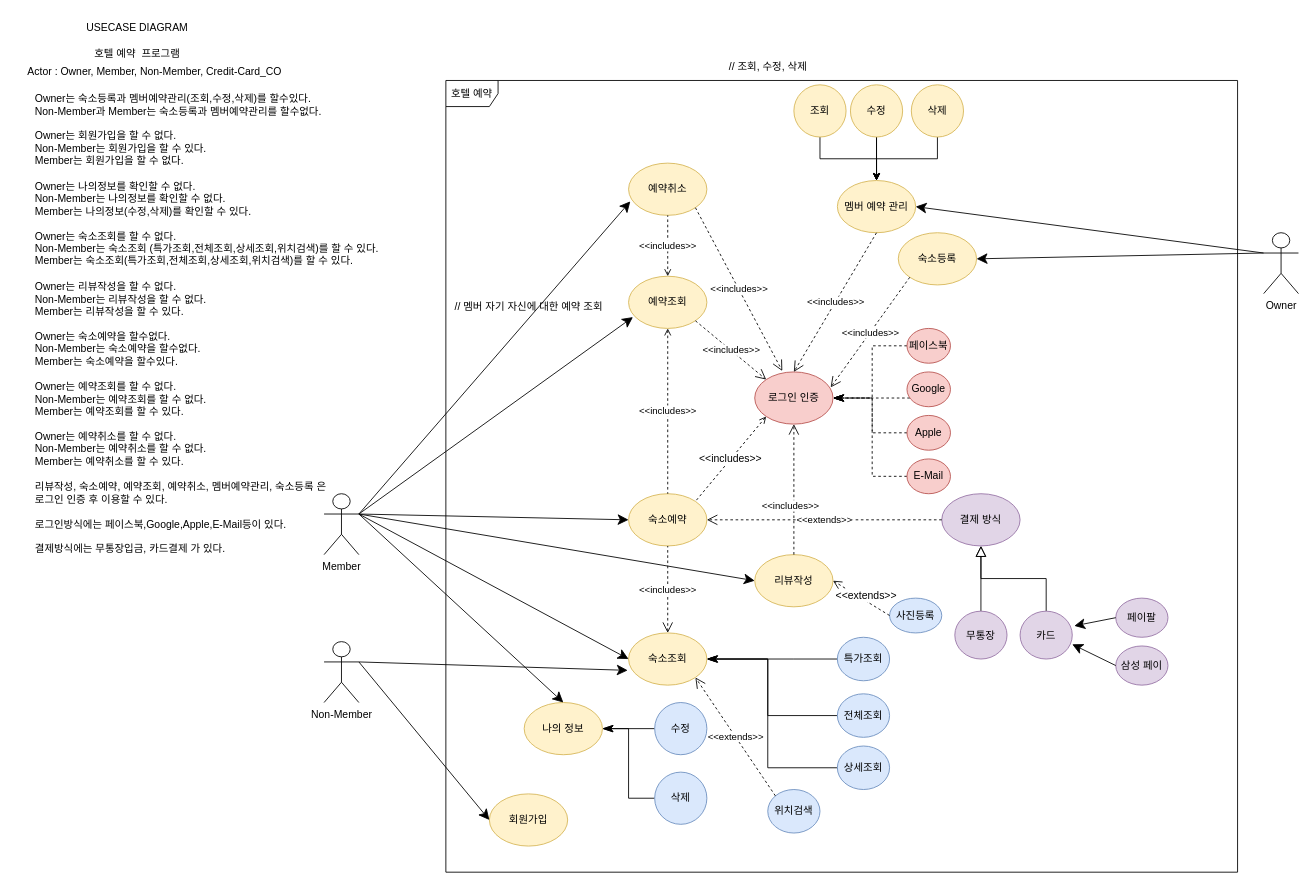
The draw.io diagram page "USECASE DIAGRAM" (1 of 5) of src/HotelReservation_Diagram/HotelReservations 5수정.drawio in Anministar/JAVA_STUDYING, before the edit. Source tidied: cells renumbered, new cells numbered last; positions are measured from the earlier drawing's top-left corner, leaving out a move shared by most shapes. Both pictures are drawn from the tidied source at 87%, with x=0, y=0 at pixel (15, 15).
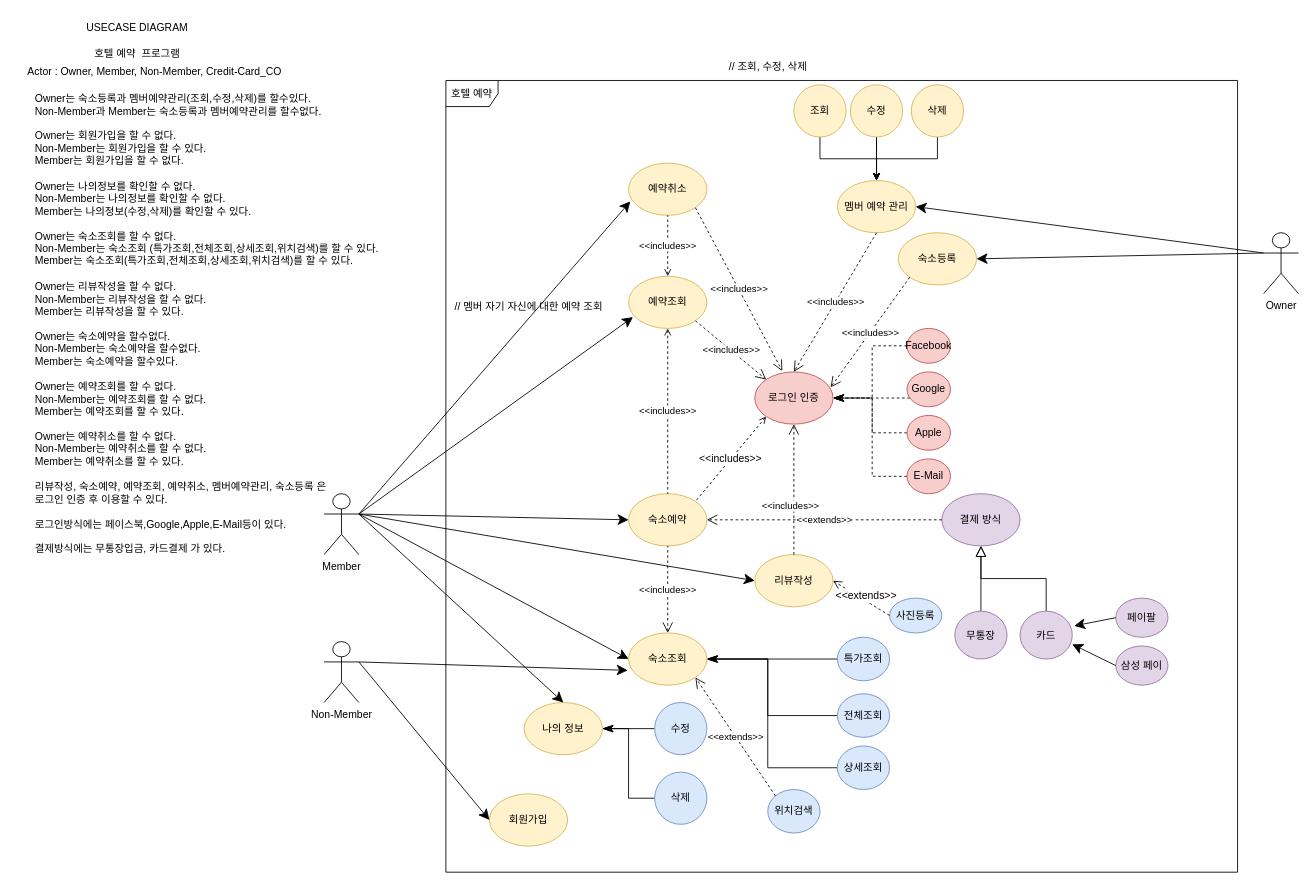
After the change.

What changed in the source:
```diff
@@
-    <mxCell id="36" value="페이스북" style="ellipse;whiteSpace=wrap;html=1;fillColor=#f8cecc;strokeColor=#b85450;" parent="1" vertex="1">
+    <mxCell id="36" value="Facebook" style="ellipse;whiteSpace=wrap;html=1;fillColor=#f8cecc;strokeColor=#b85450;" parent="1" vertex="1">
       <mxGeometry x="1025" y="360" width="50" height="40" as="geometry" />
     </mxCell>
```
